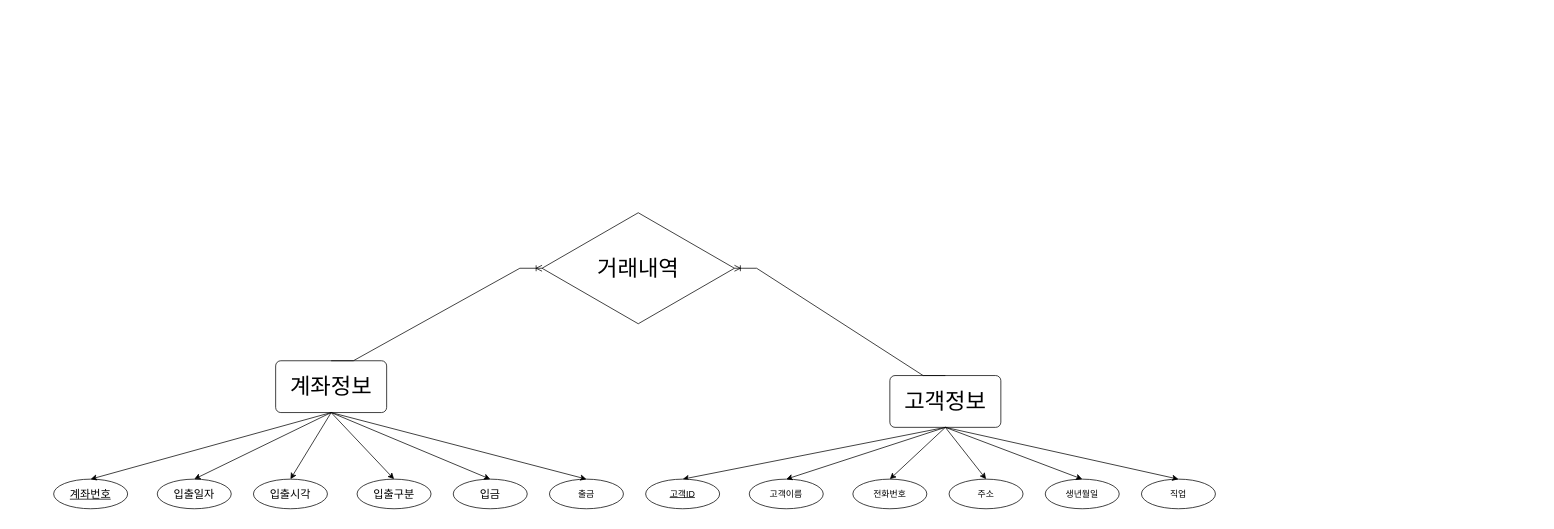
The draw.io diagram Java_020_Bank/bank(2023-05-17).drawio in HeoGwangYoung/Biz-2023-04-505-Java, before the edit. Source tidied: cells renumbered, new cells numbered last; positions are measured from the earlier drawing's top-left corner, leaving out a move shared by most shapes. Both pictures are drawn from the tidied source at 74%, with x=0, y=0 at pixel (53, 212).
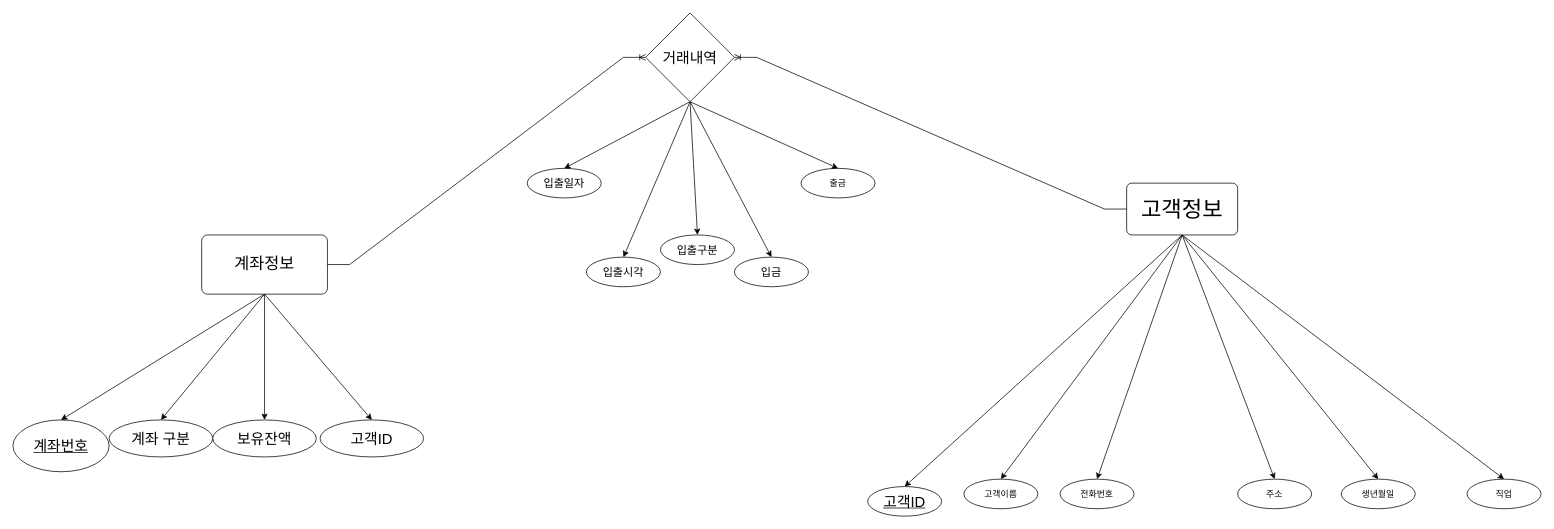
The same diagram, later.

The edit, as a diff of the source:
```diff
@@
     <mxCell id="3" value="&lt;font style=&quot;font-size: 30px;&quot;&gt;고객정보&lt;/font&gt;" style="rounded=1;arcSize=10;whiteSpace=wrap;html=1;align=center;" parent="1" vertex="1">
-      <mxGeometry x="1130" y="220" width="150" height="70" as="geometry" />
+      <mxGeometry x="1450" y="-40" width="150" height="70" as="geometry" />
     </mxCell>
-    <mxCell id="4" value="고객ID" style="ellipse;whiteSpace=wrap;html=1;align=center;fontStyle=4;" parent="1" vertex="1">
-      <mxGeometry x="800" y="360" width="100" height="40" as="geometry" />
+    <mxCell id="4" value="&lt;font style=&quot;font-size: 20px;&quot;&gt;고객ID&lt;/font&gt;" style="ellipse;whiteSpace=wrap;html=1;align=center;fontStyle=4;" parent="1" vertex="1">
+      <mxGeometry x="1100" y="370" width="100" height="40" as="geometry" />
     </mxCell>
     <mxCell id="5" value="고객이름" style="ellipse;whiteSpace=wrap;html=1;align=center;" parent="1" vertex="1">
-      <mxGeometry x="940" y="360" width="100" height="40" as="geometry" />
+      <mxGeometry x="1230" y="360" width="100" height="40" as="geometry" />
     </mxCell>
     <mxCell id="6" value="전화번호" style="ellipse;whiteSpace=wrap;html=1;align=center;" parent="1" vertex="1">
-      <mxGeometry x="1080" y="360" width="100" height="40" as="geometry" />
+      <mxGeometry x="1360" y="360" width="100" height="40" as="geometry" />
     </mxCell>
     <mxCell id="7" value="주소" style="ellipse;whiteSpace=wrap;html=1;align=center;" parent="1" vertex="1">
-      <mxGeometry x="1210" y="360" width="100" height="40" as="geometry" />
+      <mxGeometry x="1600" y="360" width="100" height="40" as="geometry" />
     </mxCell>
     <mxCell id="8" value="생년월일" style="ellipse;whiteSpace=wrap;html=1;align=center;" parent="1" vertex="1">
-      <mxGeometry x="1340" y="360" width="100" height="40" as="geometry" />
+      <mxGeometry x="1740" y="360" width="100" height="40" as="geometry" />
     </mxCell>
     <mxCell id="9" value="직업" style="ellipse;whiteSpace=wrap;html=1;align=center;" parent="1" vertex="1">
-      <mxGeometry x="1470" y="360" width="100" height="40" as="geometry" />
+      <mxGeometry x="1910" y="360" width="100" height="40" as="geometry" />
     </mxCell>
@@
-    <mxCell id="15" value="&lt;font style=&quot;font-size: 30px;&quot;&gt;계좌정보&lt;/font&gt;" style="rounded=1;arcSize=10;whiteSpace=wrap;html=1;align=center;" parent="1" vertex="1">
-      <mxGeometry x="300" y="200" width="150" height="70" as="geometry" />
-    </mxCell>
-    <mxCell id="16" value="&lt;font style=&quot;font-size: 15px;&quot;&gt;계좌번호&lt;/font&gt;" style="ellipse;whiteSpace=wrap;html=1;align=center;fontStyle=4;" parent="1" vertex="1">
-      <mxGeometry y="360" width="100" height="40" as="geometry" />
+    <mxCell id="16" value="&lt;font style=&quot;font-size: 20px;&quot;&gt;계좌번호&lt;/font&gt;" style="ellipse;whiteSpace=wrap;html=1;align=center;fontStyle=4;" parent="1" vertex="1">
+      <mxGeometry x="-55" y="280" width="130" height="70" as="geometry" />
     </mxCell>
     <mxCell id="17" value="&lt;font style=&quot;font-size: 15px;&quot;&gt;입출일자&lt;/font&gt;" style="ellipse;whiteSpace=wrap;html=1;align=center;" parent="1" vertex="1">
-      <mxGeometry x="140" y="360" width="100" height="40" as="geometry" />
+      <mxGeometry x="640" y="-60" width="100" height="40" as="geometry" />
     </mxCell>
     <mxCell id="18" value="&lt;font style=&quot;font-size: 15px;&quot;&gt;입출시각&lt;/font&gt;" style="ellipse;whiteSpace=wrap;html=1;align=center;" parent="1" vertex="1">
-      <mxGeometry x="270" y="360" width="100" height="40" as="geometry" />
+      <mxGeometry x="720" y="60" width="100" height="40" as="geometry" />
     </mxCell>
     <mxCell id="19" value="&lt;font style=&quot;font-size: 15px;&quot;&gt;입출구분&lt;/font&gt;" style="ellipse;whiteSpace=wrap;html=1;align=center;" parent="1" vertex="1">
-      <mxGeometry x="410" y="360" width="100" height="40" as="geometry" />
+      <mxGeometry x="820" y="30" width="100" height="40" as="geometry" />
     </mxCell>
     <mxCell id="20" value="&lt;font style=&quot;font-size: 15px;&quot;&gt;입금&lt;/font&gt;" style="ellipse;whiteSpace=wrap;html=1;align=center;" parent="1" vertex="1">
-      <mxGeometry x="540" y="360" width="100" height="40" as="geometry" />
+      <mxGeometry x="920" y="60" width="100" height="40" as="geometry" />
     </mxCell>
     <mxCell id="21" value="출금" style="ellipse;whiteSpace=wrap;html=1;align=center;" parent="1" vertex="1">
-      <mxGeometry x="670" y="360" width="100" height="40" as="geometry" />
+      <mxGeometry x="1010" y="-60" width="100" height="40" as="geometry" />
     </mxCell>
@@
-    <mxCell id="23" style="rounded=0;jettySize=auto;html=1;entryX=0.5;entryY=0;entryDx=0;entryDy=0;exitX=0.5;exitY=1;exitDx=0;exitDy=0;" parent="1" edge="1" source="15" target="17">
+    <mxCell id="23" style="rounded=0;jettySize=auto;html=1;entryX=0.5;entryY=0;entryDx=0;entryDy=0;exitX=0.5;exitY=1;exitDx=0;exitDy=0;" parent="1" edge="1" source="28" target="17">
       <mxGeometry relative="1" as="geometry" />
     </mxCell>
-    <mxCell id="24" style="rounded=0;jettySize=auto;html=1;entryX=0.5;entryY=0;entryDx=0;entryDy=0;exitX=0.5;exitY=1;exitDx=0;exitDy=0;" parent="1" edge="1" source="15" target="18">
+    <mxCell id="24" style="rounded=0;jettySize=auto;html=1;entryX=0.5;entryY=0;entryDx=0;entryDy=0;exitX=0.5;exitY=1;exitDx=0;exitDy=0;" parent="1" edge="1" source="28" target="18">
       <mxGeometry relative="1" as="geometry" />
     </mxCell>
-    <mxCell id="25" style="rounded=0;jettySize=auto;html=1;entryX=0.5;entryY=0;entryDx=0;entryDy=0;exitX=0.5;exitY=1;exitDx=0;exitDy=0;" parent="1" edge="1" source="15" target="19">
+    <mxCell id="25" style="rounded=0;jettySize=auto;html=1;entryX=0.5;entryY=0;entryDx=0;entryDy=0;exitX=0.5;exitY=1;exitDx=0;exitDy=0;" parent="1" edge="1" source="28" target="19">
       <mxGeometry relative="1" as="geometry" />
     </mxCell>
-    <mxCell id="26" style="rounded=0;jettySize=auto;html=1;entryX=0.5;entryY=0;entryDx=0;entryDy=0;exitX=0.5;exitY=1;exitDx=0;exitDy=0;" parent="1" edge="1" source="15" target="20">
+    <mxCell id="26" style="rounded=0;jettySize=auto;html=1;entryX=0.5;entryY=0;entryDx=0;entryDy=0;exitX=0.5;exitY=1;exitDx=0;exitDy=0;" parent="1" edge="1" source="28" target="20">
       <mxGeometry relative="1" as="geometry" />
     </mxCell>
-    <mxCell id="27" style="rounded=0;jettySize=auto;html=1;entryX=0.5;entryY=0;entryDx=0;entryDy=0;exitX=0.5;exitY=1;exitDx=0;exitDy=0;" parent="1" edge="1" source="15" target="21">
+    <mxCell id="27" style="rounded=0;jettySize=auto;html=1;entryX=0.5;entryY=0;entryDx=0;entryDy=0;exitX=0.5;exitY=1;exitDx=0;exitDy=0;" parent="1" edge="1" source="28" target="21">
       <mxGeometry relative="1" as="geometry" />
     </mxCell>
-    <mxCell id="28" value="&lt;font style=&quot;font-size: 30px;&quot;&gt;거래내역&lt;/font&gt;" style="shape=rhombus;perimeter=rhombusPerimeter;whiteSpace=wrap;html=1;align=center;" parent="1" vertex="1">
-      <mxGeometry x="660" width="260" height="150" as="geometry" />
+    <mxCell id="28" value="&lt;font style=&quot;font-size: 20px;&quot;&gt;거래내역&lt;/font&gt;" style="shape=rhombus;perimeter=rhombusPerimeter;whiteSpace=wrap;html=1;align=center;" parent="1" vertex="1">
+      <mxGeometry x="800" y="-270" width="120" height="120" as="geometry" />
     </mxCell>
+    <mxCell id="15" value="&lt;font style=&quot;font-size: 22px;&quot;&gt;계좌정보&lt;/font&gt;" style="rounded=1;arcSize=10;whiteSpace=wrap;html=1;align=center;" parent="1" vertex="1">
+      <mxGeometry x="200" y="30" width="170" height="80" as="geometry" />
+    </mxCell>
-    <mxCell id="29" style="edgeStyle=entityRelationEdgeStyle;fontSize=12;html=1;endArrow=ERoneToMany;rounded=0;entryX=0;entryY=0.5;entryDx=0;entryDy=0;exitX=0.5;exitY=0;exitDx=0;exitDy=0;" parent="1" edge="1" source="15" target="28">
+    <mxCell id="29" style="edgeStyle=entityRelationEdgeStyle;fontSize=12;html=1;endArrow=ERoneToMany;rounded=0;exitX=1;exitY=0.5;exitDx=0;exitDy=0;entryX=0;entryY=0.5;entryDx=0;entryDy=0;" parent="1" edge="1" source="15" target="28">
       <mxGeometry relative="1" as="geometry" />
     </mxCell>
-    <mxCell id="30" style="edgeStyle=entityRelationEdgeStyle;fontSize=12;html=1;endArrow=ERoneToMany;rounded=0;entryX=1;entryY=0.5;entryDx=0;entryDy=0;exitX=0.5;exitY=0;exitDx=0;exitDy=0;" parent="1" edge="1" source="3" target="28">
+    <mxCell id="30" style="edgeStyle=entityRelationEdgeStyle;fontSize=12;html=1;endArrow=ERoneToMany;rounded=0;exitX=0;exitY=0.5;exitDx=0;exitDy=0;entryX=1;entryY=0.5;entryDx=0;entryDy=0;" parent="1" edge="1" source="3" target="28">
       <mxGeometry relative="1" as="geometry" />
     </mxCell>
+    <mxCell id="31" value="&lt;font style=&quot;font-size: 20px;&quot;&gt;계좌 구분&lt;/font&gt;" style="ellipse;whiteSpace=wrap;html=1;align=center;" parent="1" vertex="1">
+      <mxGeometry x="75" y="280" width="140" height="50" as="geometry" />
+    </mxCell>
+    <mxCell id="32" value="&lt;font style=&quot;font-size: 20px;&quot;&gt;보유잔액&lt;/font&gt;" style="ellipse;whiteSpace=wrap;html=1;align=center;" parent="1" vertex="1">
+      <mxGeometry x="215" y="280" width="140" height="50" as="geometry" />
+    </mxCell>
+    <mxCell id="33" value="&lt;font style=&quot;font-size: 20px;&quot;&gt;고객ID&lt;/font&gt;" style="ellipse;whiteSpace=wrap;html=1;align=center;" parent="1" vertex="1">
+      <mxGeometry x="360" y="280" width="140" height="50" as="geometry" />
+    </mxCell>
+    <mxCell id="34" style="rounded=0;jettySize=auto;html=1;entryX=0.5;entryY=0;entryDx=0;entryDy=0;exitX=0.5;exitY=1;exitDx=0;exitDy=0;" parent="1" edge="1" source="15" target="32">
+      <mxGeometry relative="1" as="geometry" />
+    </mxCell>
+    <mxCell id="35" style="rounded=0;jettySize=auto;html=1;entryX=0.5;entryY=0;entryDx=0;entryDy=0;exitX=0.5;exitY=1;exitDx=0;exitDy=0;" parent="1" edge="1" source="15" target="33">
+      <mxGeometry relative="1" as="geometry" />
+    </mxCell>
+    <mxCell id="36" style="rounded=0;jettySize=auto;html=1;entryX=0.5;entryY=0;entryDx=0;entryDy=0;exitX=0.5;exitY=1;exitDx=0;exitDy=0;" parent="1" edge="1" source="15" target="31">
+      <mxGeometry relative="1" as="geometry" />
+    </mxCell>
```
